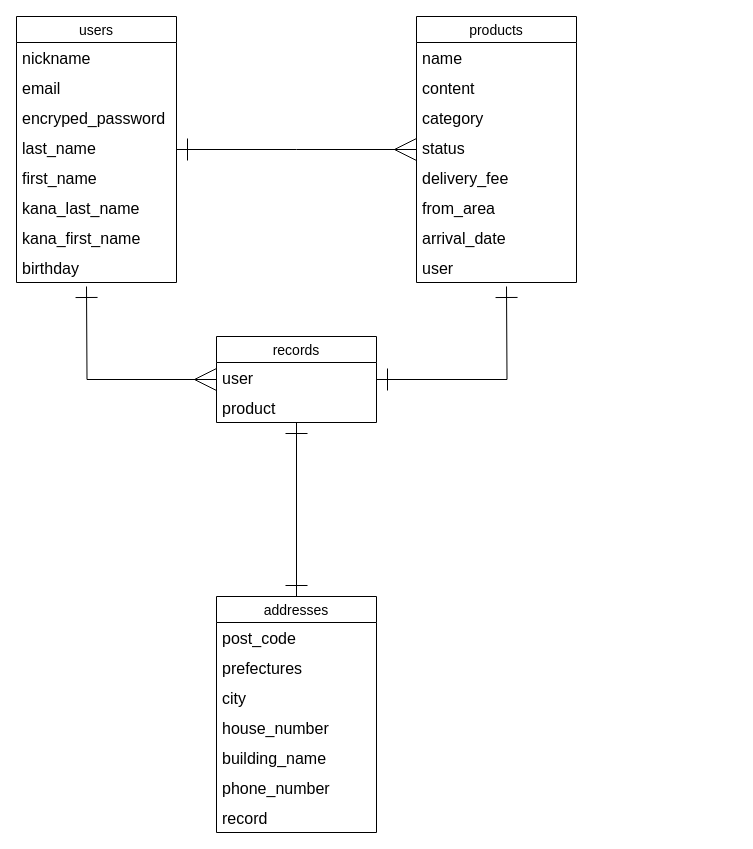
This is fruima.dio from maxmyfriend/furima-35051, a draw.io file, before an edit. Source tidied: cells renumbered, new cells numbered last; positions are measured from the earlier drawing's top-left corner, leaving out a move shared by most shapes. Both pictures are drawn from the tidied source at 100%, with x=0, y=0 at pixel (16, 16).
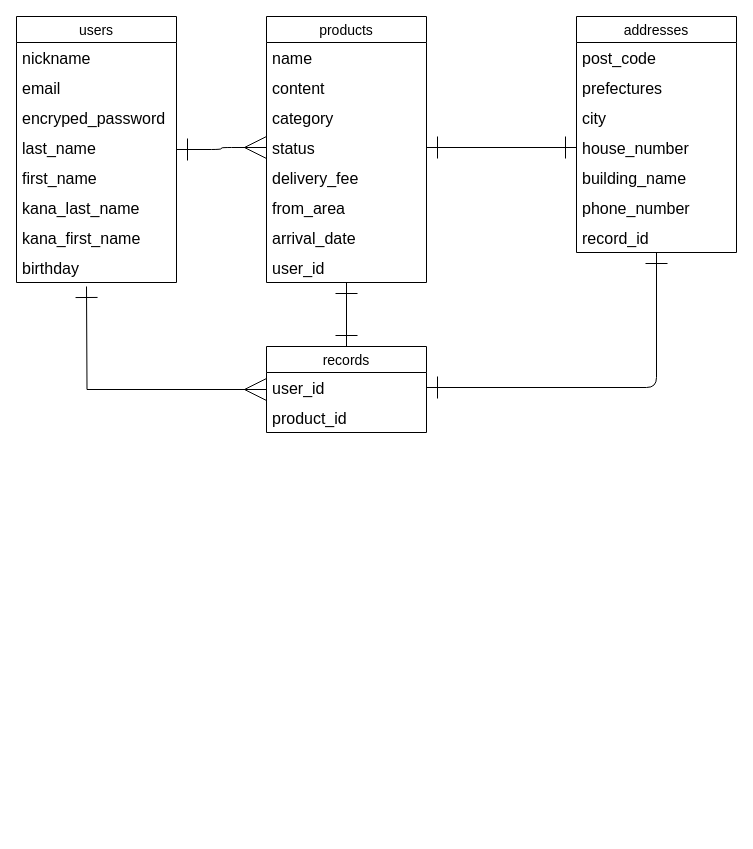
The same diagram, later.

Commit message (it also covers changes not shown here):
ER図、READMEの修正②

Unchanged cells that the change refers to:
```xml
<mxCell id="3" value="users" style="swimlane;fontStyle=0;horizontal=1;startSize=26;align=center;fontSize=14;" parent="1" vertex="1">
  <mxGeometry width="160" height="266" as="geometry" />
</mxCell>
<mxCell id="16" value="status" style="text;strokeColor=none;fillColor=none;spacingLeft=4;spacingRight=4;overflow=hidden;points=[[0,0.5],[1,0.5]];portConstraint=eastwest;fontSize=16;" parent="12" vertex="1">
  <mxGeometry y="116" width="160" height="30" as="geometry" />
</mxCell>
<mxCell id="31" value="house_number" style="text;strokeColor=none;fillColor=none;spacingLeft=4;spacingRight=4;overflow=hidden;points=[[0,0.5],[1,0.5]];portConstraint=eastwest;fontSize=16;" parent="27" vertex="1">
  <mxGeometry y="116" width="160" height="30" as="geometry" />
</mxCell>
```

What changed in the source:
```diff
@@
-    <mxCell id="2" style="edgeStyle=orthogonalEdgeStyle;rounded=0;jettySize=auto;html=1;fontSize=16;endArrow=ERmany;endFill=0;endSize=20;startArrow=ERone;startFill=0;startSize=20;" parent="1" edge="1" source="3">
-      <mxGeometry relative="1" as="geometry">
-        <mxPoint x="400" y="133" as="targetPoint" />
-      </mxGeometry>
-    </mxCell>
+    <mxCell id="35" style="edgeStyle=orthogonalEdgeStyle;curved=0;rounded=1;sketch=0;jettySize=auto;html=1;entryX=0;entryY=0.5;entryDx=0;entryDy=0;startArrow=ERone;startFill=0;startSize=20;endArrow=ERmany;endFill=0;endSize=20;" parent="1" edge="1" source="3" target="16">
+      <mxGeometry relative="1" as="geometry" />
+    </mxCell>
@@
+    <mxCell id="36" style="edgeStyle=orthogonalEdgeStyle;curved=0;rounded=1;sketch=0;jettySize=auto;html=1;entryX=0.5;entryY=0;entryDx=0;entryDy=0;endArrow=ERone;endFill=0;startArrow=ERone;startFill=0;endSize=20;startSize=20;" parent="1" edge="1" source="12" target="24">
+      <mxGeometry relative="1" as="geometry" />
+    </mxCell>
     <mxCell id="12" value="products" style="swimlane;fontStyle=0;horizontal=1;startSize=26;align=center;fontSize=14;" parent="1" vertex="1">
-      <mxGeometry x="400" width="160" height="266" as="geometry" />
+      <mxGeometry x="250" width="160" height="266" as="geometry" />
     </mxCell>
@@
-    <mxCell id="20" value="user" style="text;strokeColor=none;fillColor=none;spacingLeft=4;spacingRight=4;overflow=hidden;fontSize=16;" parent="12" vertex="1">
+    <mxCell id="20" value="user_id" style="text;strokeColor=none;fillColor=none;spacingLeft=4;spacingRight=4;overflow=hidden;fontSize=16;" parent="12" vertex="1">
       <mxGeometry y="236" width="160" height="30" as="geometry" />
     </mxCell>
@@
-    <mxCell id="22" style="edgeStyle=orthogonalEdgeStyle;rounded=0;jettySize=auto;html=1;startArrow=ERone;startFill=0;startSize=20;endArrow=ERone;endFill=0;endSize=20;fontSize=16;" parent="1" edge="1" source="24">
-      <mxGeometry relative="1" as="geometry">
-        <mxPoint x="490" y="270" as="targetPoint" />
-      </mxGeometry>
-    </mxCell>
-    <mxCell id="23" style="edgeStyle=orthogonalEdgeStyle;rounded=0;jettySize=auto;html=1;entryX=0.5;entryY=0;entryDx=0;entryDy=0;startArrow=ERone;startFill=0;startSize=20;endArrow=ERone;endFill=0;endSize=20;fontSize=16;" parent="1" edge="1" source="24" target="27">
-      <mxGeometry relative="1" as="geometry" />
-    </mxCell>
     <mxCell id="24" value="records" style="swimlane;fontStyle=0;horizontal=1;startSize=26;align=center;fontSize=14;" parent="1" vertex="1">
-      <mxGeometry x="200" y="320" width="160" height="86" as="geometry" />
+      <mxGeometry x="250" y="330" width="160" height="86" as="geometry" />
     </mxCell>
-    <mxCell id="25" value="user" style="text;strokeColor=none;fillColor=none;spacingLeft=4;spacingRight=4;overflow=hidden;points=[[0,0.5],[1,0.5]];portConstraint=eastwest;fontSize=16;" parent="24" vertex="1">
+    <mxCell id="25" value="user_id" style="text;strokeColor=none;fillColor=none;spacingLeft=4;spacingRight=4;overflow=hidden;points=[[0,0.5],[1,0.5]];portConstraint=eastwest;fontSize=16;" parent="24" vertex="1">
       <mxGeometry y="26" width="160" height="30" as="geometry" />
     </mxCell>
-    <mxCell id="26" value="product" style="text;strokeColor=none;fillColor=none;spacingLeft=4;spacingRight=4;overflow=hidden;fontSize=16;" parent="24" vertex="1">
+    <mxCell id="26" value="product_id" style="text;strokeColor=none;fillColor=none;spacingLeft=4;spacingRight=4;overflow=hidden;fontSize=16;" parent="24" vertex="1">
       <mxGeometry y="56" width="160" height="30" as="geometry" />
     </mxCell>
+    <mxCell id="37" style="edgeStyle=orthogonalEdgeStyle;curved=0;rounded=1;sketch=0;jettySize=auto;html=1;entryX=1;entryY=0.5;entryDx=0;entryDy=0;startArrow=ERone;startFill=0;startSize=20;endArrow=ERone;endFill=0;endSize=20;" parent="1" edge="1" source="27" target="25">
+      <mxGeometry relative="1" as="geometry" />
+    </mxCell>
     <mxCell id="27" value="addresses" style="swimlane;fontStyle=0;horizontal=1;startSize=26;align=center;fontSize=14;" parent="1" vertex="1">
-      <mxGeometry x="200" y="580" width="160" height="236" as="geometry" />
+      <mxGeometry x="560" width="160" height="236" as="geometry" />
     </mxCell>
@@
-    <mxCell id="34" value="record" style="text;strokeColor=none;fillColor=none;spacingLeft=4;spacingRight=4;overflow=hidden;fontSize=16;" parent="27" vertex="1">
+    <mxCell id="34" value="record_id" style="text;strokeColor=none;fillColor=none;spacingLeft=4;spacingRight=4;overflow=hidden;fontSize=16;" parent="27" vertex="1">
       <mxGeometry y="206" width="160" height="30" as="geometry" />
     </mxCell>
+    <mxCell id="38" style="edgeStyle=orthogonalEdgeStyle;curved=0;rounded=1;sketch=0;jettySize=auto;html=1;entryX=1;entryY=0.5;entryDx=0;entryDy=0;startArrow=ERone;startFill=0;startSize=20;endArrow=ERone;endFill=0;endSize=20;" parent="1" edge="1" source="31" target="16">
+      <mxGeometry relative="1" as="geometry" />
+    </mxCell>
```
